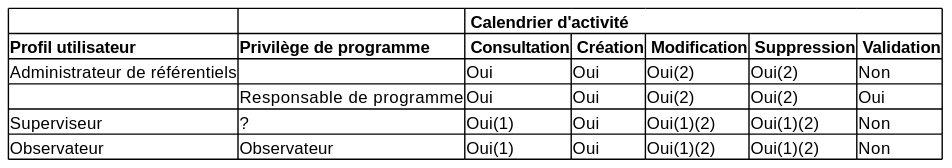
sumaris-net/sumaris-doc keeps this PlantUML diagram as projects/activity-calendar/spe/images/activity-calendar-users-rights.svg. Above is the earlier version.
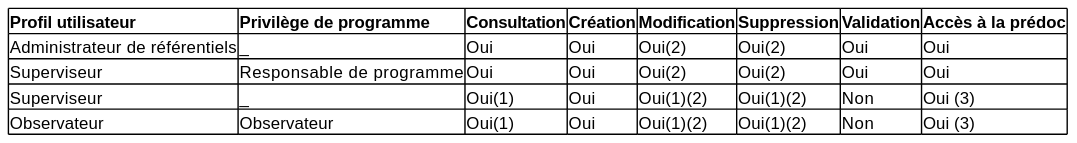
The same diagram one commit later.

What changed in the source:
```diff
@@ -1,12 +1,11 @@
 @startsalt
 {
 	{#
-     . | . | <b> Calendrier d'activité | * | * | * | *
-     <b>Profil utilisateur | <b>Privilège de programme | <b> Consultation | <b> Création | <b> Modification | <b> Suppression | <b> Validation
-     Administrateur de référentiels | . | Oui | Oui | Oui(2) | Oui(2) | Non
-     . | Responsable de programme | Oui | Oui | Oui(2) | Oui(2) | Oui
-     Superviseur | ? | Oui(1) | Oui | Oui(1)(2) | Oui(1)(2) | Non
-     Observateur | Observateur  | Oui(1) | Oui | Oui(1)(2) | Oui(1)(2) | Non
+     <b>Profil utilisateur | <b>Privilège de programme | <b>Consultation | <b>Création | <b>Modification | <b>Suppression | <b>Validation | <b>Accès à la prédoc
+     Administrateur de référentiels | _ | Oui | Oui | Oui(2) | Oui(2) | Oui | Oui
+     Superviseur | Responsable de programme | Oui | Oui | Oui(2) | Oui(2) | Oui | Oui
+     Superviseur | _ | Oui(1) | Oui | Oui(1)(2) | Oui(1)(2) | Non | Oui (3)
+     Observateur | Observateur  | Oui(1) | Oui | Oui(1)(2) | Oui(1)(2) | Non | Oui (3)
     }
 }
 @endsalt
```
